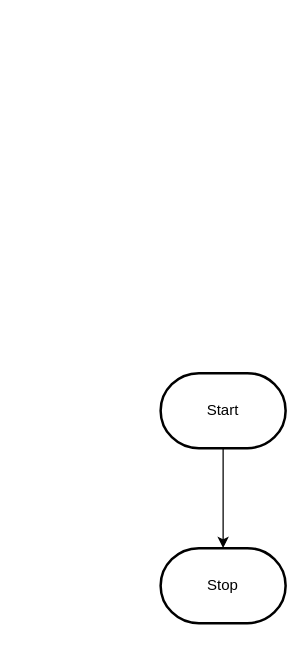
This is design/flowchart.drawio from MTHS-ICD2O-1-2023/ICD2O-Unit-6-03-Gabriel-Zanardi, a draw.io file, before an edit. Source tidied: cells renumbered, new cells numbered last; positions are measured from the earlier drawing's top-left corner, leaving out a move shared by most shapes. Both pictures are drawn from the tidied source at 125%, with x=0, y=0 at pixel (160, 372).
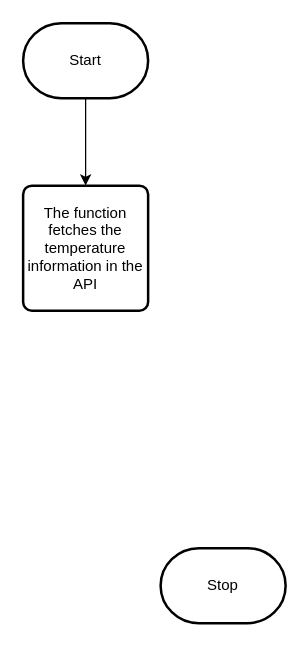
After the change.

Commit message:
start flowchart

The edit, as a diff of the source:
```diff
@@
 <mxGraphModel>
   <root>
     <mxCell id="0" />
     <mxCell id="1" parent="0" />
-    <mxCell id="2" style="edgeStyle=orthogonalEdgeStyle;html=1;rounded=0;" parent="1" edge="1" source="3" target="4">
-      <mxGeometry relative="1" as="geometry" />
-    </mxCell>
+    <mxCell id="5" style="edgeStyle=none;html=1;entryX=0.5;entryY=0;entryDx=0;entryDy=0;" parent="1" edge="1" source="3" target="6">
+      <mxGeometry relative="1" as="geometry" />
+    </mxCell>
     <mxCell id="3" value="Start" style="strokeWidth=2;html=1;shape=mxgraph.flowchart.terminator;whiteSpace=wrap;" parent="1" vertex="1">
-      <mxGeometry width="100" height="60" as="geometry" />
+      <mxGeometry x="-110" y="-280" width="100" height="60" as="geometry" />
     </mxCell>
     <mxCell id="4" value="Stop" style="strokeWidth=2;html=1;shape=mxgraph.flowchart.terminator;whiteSpace=wrap;" parent="1" vertex="1">
       <mxGeometry y="140" width="100" height="60" as="geometry" />
     </mxCell>
+    <mxCell id="6" value="The function fetches the temperature information in the API" style="rounded=1;whiteSpace=wrap;html=1;absoluteArcSize=1;arcSize=14;strokeWidth=2;" parent="1" vertex="1">
+      <mxGeometry x="-110" y="-150" width="100" height="100" as="geometry" />
+    </mxCell>
   </root>
 </mxGraphModel>
```
